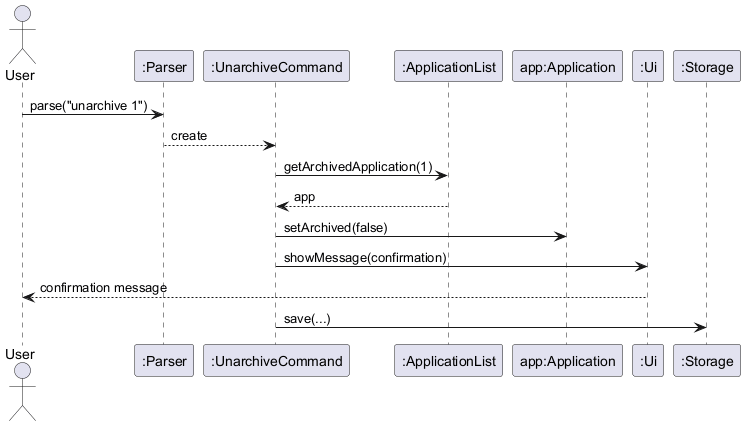
Earlier version of the PlantUML export docs/images/AaravUnarchiveCommandSequence.png (eugenia-cnl-lee/tp).
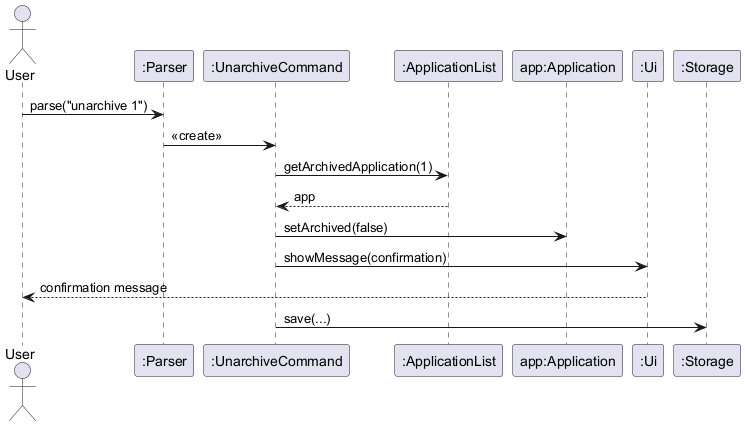
The same diagram one commit later.

What changed in the source:
```diff
@@ -8,7 +8,7 @@
 participant ":Storage" as S
 
 User -> P : parse("unarchive 1")
-P --> UC : create
+P -> UC : <<create>>
 
 UC -> AL : getArchivedApplication(1)
 AL --> UC : app
```
